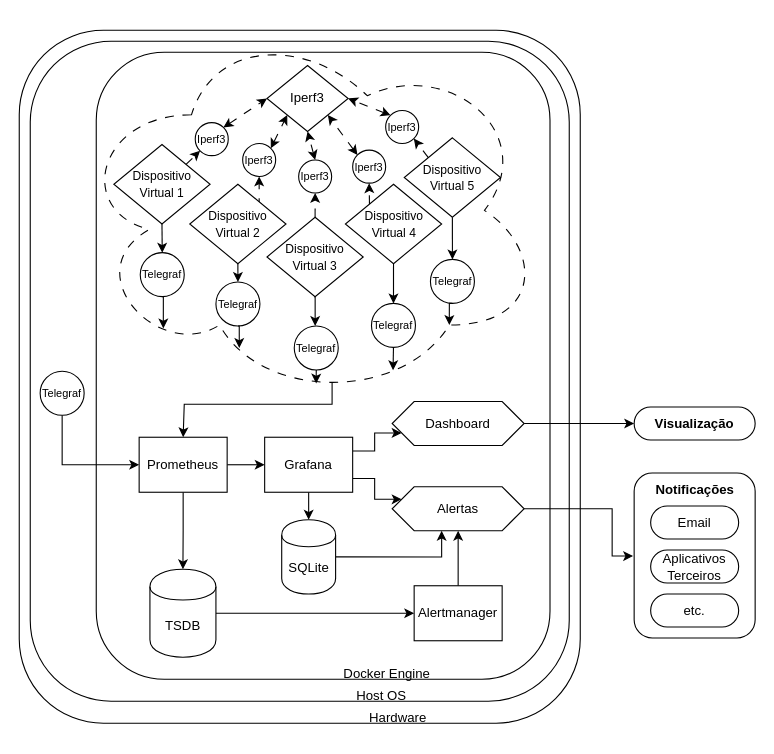
Earlier version of the draw.io diagram texto/Diagrams/v4-prometheus/v4_diagram_all_components.drawio (vitorco7/saturmon). Source tidied: cells renumbered, new cells numbered last; positions are measured from the earlier drawing's top-left corner, leaving out a move shared by most shapes. Both pictures are drawn from the tidied source at 110%, with x=0, y=0 at pixel (19, 19).
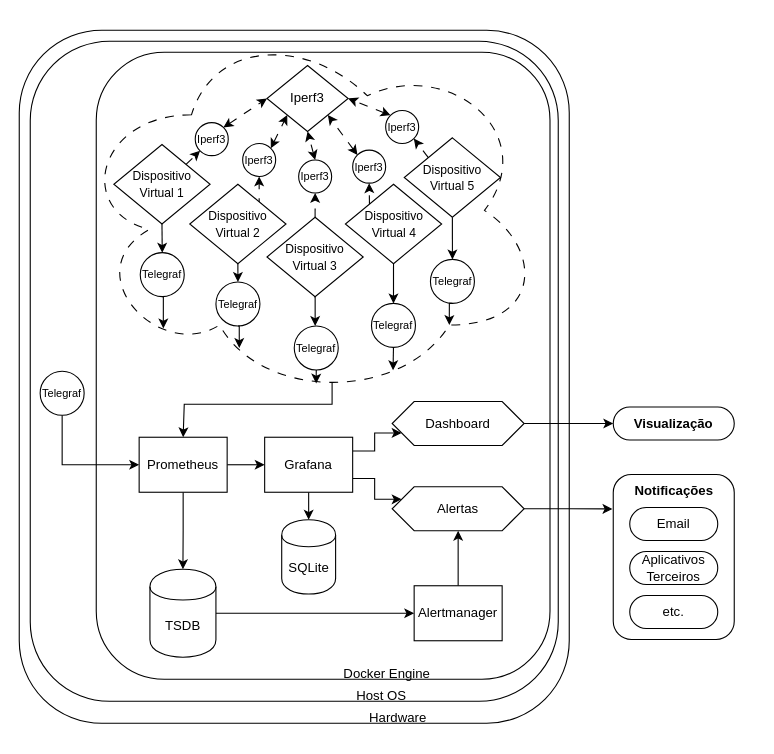
Above is the later version.

Unchanged cells that the change refers to:
```xml
<mxCell id="18" value="&lt;div&gt;Alertas&lt;/div&gt;" style="shape=hexagon;perimeter=hexagonPerimeter2;whiteSpace=wrap;html=1;fixedSize=1;shadow=0;" parent="1" vertex="1">
  <mxGeometry x="339" y="425" width="120" height="40" as="geometry" />
</mxCell>
<mxCell id="60" value="SQLite" style="shape=cylinder;whiteSpace=wrap;html=1;boundedLbl=1;backgroundOutline=1;shadow=0;" parent="1" vertex="1">
  <mxGeometry x="238.6" y="455" width="49" height="67.5" as="geometry" />
</mxCell>
```

Diff of the diagram source:
```diff
@@
     <mxCell id="2" style="rounded=1;whiteSpace=wrap;html=1;shadow=0;fixDash=0;backgroundOutline=0;movableLabel=0;fixedWidth=0;comic=0;" parent="1" vertex="1">
-      <mxGeometry y="10" width="510" height="630" as="geometry" />
+      <mxGeometry y="10" width="500" height="630" as="geometry" />
     </mxCell>
     <mxCell id="3" style="rounded=1;whiteSpace=wrap;html=1;shadow=0;fixDash=0;backgroundOutline=0;movableLabel=0;fixedWidth=0;comic=0;" parent="1" vertex="1">
-      <mxGeometry x="10" y="20" width="490" height="600" as="geometry" />
+      <mxGeometry x="10" y="20" width="480" height="600" as="geometry" />
     </mxCell>
@@
-    <mxCell id="17" style="edgeStyle=orthogonalEdgeStyle;rounded=0;jettySize=auto;html=1;exitX=1;exitY=0.5;exitDx=0;exitDy=0;shadow=0;" parent="1" edge="1" source="18" target="24">
-      <mxGeometry relative="1" as="geometry">
-        <Array as="points">
-          <mxPoint x="539" y="445" />
-          <mxPoint x="539" y="488" />
-        </Array>
-      </mxGeometry>
-    </mxCell>
@@
     <mxCell id="21" value="&lt;div&gt;&lt;b&gt;Visualização&lt;/b&gt;&lt;/div&gt;" style="html=1;dashed=0;whiteSpace=wrap;shape=mxgraph.dfd.start;shadow=0;" parent="1" vertex="1">
-      <mxGeometry x="559" y="352.5" width="110" height="30" as="geometry" />
+      <mxGeometry x="540" y="352.5" width="110" height="30" as="geometry" />
     </mxCell>
@@
     <mxCell id="24" style="rounded=1;whiteSpace=wrap;html=1;shadow=0;glass=0;perimeterSpacing=1;" parent="1" vertex="1">
-      <mxGeometry x="559" y="412.5" width="110" height="150" as="geometry" />
+      <mxGeometry x="540" y="413.8" width="110" height="150" as="geometry" />
     </mxCell>
     <mxCell id="25" value="Email" style="html=1;dashed=0;whiteSpace=wrap;shape=mxgraph.dfd.start;shadow=0;" parent="1" vertex="1">
-      <mxGeometry x="574" y="442.5" width="80" height="30" as="geometry" />
+      <mxGeometry x="555" y="443.8" width="80" height="30" as="geometry" />
     </mxCell>
     <mxCell id="26" value="&lt;div&gt;Aplicativos Terceiros&lt;/div&gt;" style="html=1;dashed=0;whiteSpace=wrap;shape=mxgraph.dfd.start;shadow=0;" parent="1" vertex="1">
-      <mxGeometry x="574" y="482.5" width="80" height="30" as="geometry" />
+      <mxGeometry x="555" y="483.8" width="80" height="30" as="geometry" />
     </mxCell>
     <mxCell id="27" value="&lt;div&gt;etc.&lt;/div&gt;" style="html=1;dashed=0;whiteSpace=wrap;shape=mxgraph.dfd.start;shadow=0;" parent="1" vertex="1">
-      <mxGeometry x="574" y="522.5" width="80" height="30" as="geometry" />
+      <mxGeometry x="555" y="523.8" width="80" height="30" as="geometry" />
     </mxCell>
     <mxCell id="28" value="&lt;div&gt;&lt;b&gt;Notificações&lt;/b&gt;&lt;/div&gt;" style="text;html=1;align=center;verticalAlign=middle;strokeColor=none;fillColor=none;shadow=0;" parent="1" vertex="1">
-      <mxGeometry x="569" y="412.5" width="90" height="30" as="geometry" />
+      <mxGeometry x="550" y="413.8" width="90" height="30" as="geometry" />
     </mxCell>
@@
-    <mxCell id="59" style="edgeStyle=orthogonalEdgeStyle;rounded=0;jettySize=auto;html=1;exitX=1;exitY=0.5;exitDx=0;exitDy=0;entryX=0.375;entryY=1;entryDx=0;entryDy=0;" parent="1" edge="1" source="60" target="18">
-      <mxGeometry relative="1" as="geometry" />
-    </mxCell>
@@
+    <mxCell id="17" style="edgeStyle=orthogonalEdgeStyle;rounded=0;jettySize=auto;html=1;exitX=1;exitY=0.5;exitDx=0;exitDy=0;entryX=0.002;entryY=0.213;entryDx=0;entryDy=0;entryPerimeter=0;" parent="1" edge="1" source="18" target="24">
+      <mxGeometry relative="1" as="geometry" />
+    </mxCell>
```
